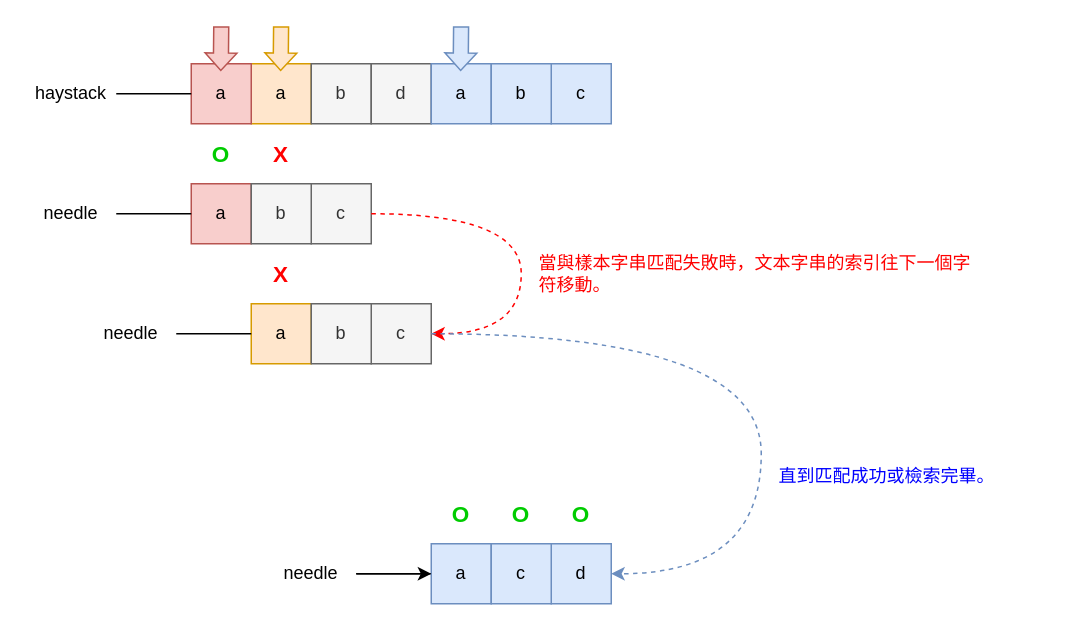
Before: page "第 1 页" (1 of 2) of docs/0028_find_the_index_of_the_first_occurrence_in_a_string_bf.drawio in rickbsr/example-leetcode, a draw.io diagram. Source tidied: cells renumbered, new cells numbered last; positions are measured from the earlier drawing's top-left corner, leaving out a move shared by most shapes. Both pictures are drawn from the tidied source at 150%, with x=0, y=0 at pixel (26, 26).
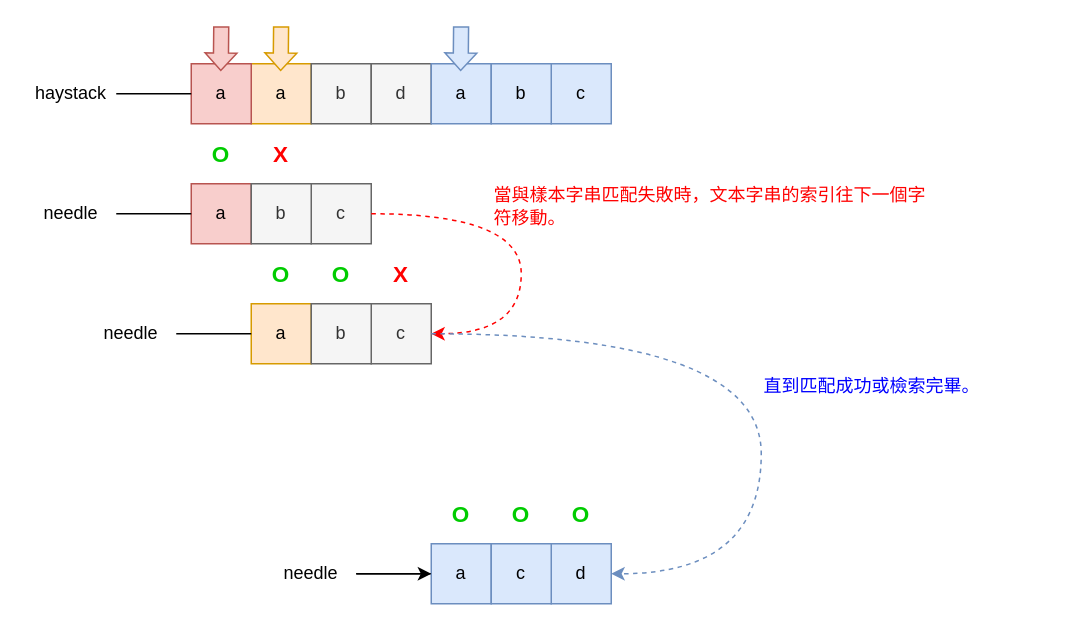
The same page after the edit.

Diff of the diagram source:
```diff
@@
     <mxCell id="5" value="&lt;font color=&quot;#ff0000&quot; style=&quot;font-size: 15px;&quot;&gt;&lt;b style=&quot;&quot;&gt;X&lt;/b&gt;&lt;/font&gt;" style="rounded=0;whiteSpace=wrap;html=1;fontSize=15;strokeColor=none;" parent="1" vertex="1">
-      <mxGeometry x="150" y="145" width="40" height="40" as="geometry" />
+      <mxGeometry x="230" y="145" width="40" height="40" as="geometry" />
     </mxCell>
@@
+    <mxCell id="40" value="&lt;font style=&quot;font-size: 15px;&quot; color=&quot;#00cc00&quot;&gt;&lt;b&gt;O&lt;/b&gt;&lt;/font&gt;" style="rounded=0;whiteSpace=wrap;html=1;fontSize=15;strokeColor=none;" parent="1" vertex="1">
+      <mxGeometry x="150" y="145" width="40" height="40" as="geometry" />
+    </mxCell>
+    <mxCell id="41" value="&lt;font style=&quot;font-size: 15px;&quot; color=&quot;#00cc00&quot;&gt;&lt;b&gt;O&lt;/b&gt;&lt;/font&gt;" style="rounded=0;whiteSpace=wrap;html=1;fontSize=15;strokeColor=none;" parent="1" vertex="1">
+      <mxGeometry x="190" y="145" width="40" height="40" as="geometry" />
+    </mxCell>
@@
     <mxCell id="38" value="&lt;font color=&quot;#ff0000&quot;&gt;當與樣本字串匹配失敗時，文本字串的索引往下一個字符移動。&lt;/font&gt;" style="text;html=1;strokeColor=none;fillColor=none;align=left;verticalAlign=middle;whiteSpace=wrap;rounded=0;" parent="1" vertex="1">
-      <mxGeometry x="340" y="150" width="290" height="30" as="geometry" />
+      <mxGeometry x="310" y="105" width="290" height="30" as="geometry" />
     </mxCell>
     <mxCell id="39" value="直到匹配成功或檢索完畢。" style="text;html=1;strokeColor=none;fillColor=none;align=left;verticalAlign=middle;whiteSpace=wrap;rounded=0;fontColor=#0000FF;" parent="1" vertex="1">
-      <mxGeometry x="500" y="285" width="190" height="30" as="geometry" />
+      <mxGeometry x="490" y="225" width="190" height="30" as="geometry" />
     </mxCell>
```
